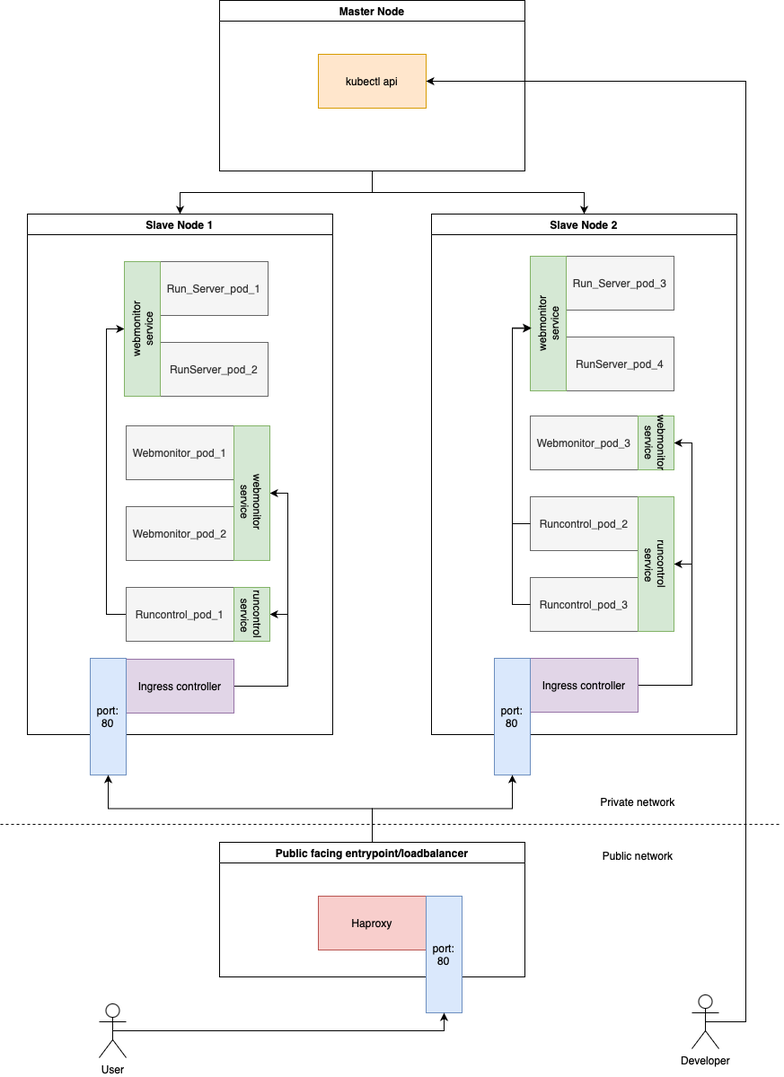
Earlier version of the draw.io export OpenStack/assets/cluster_diagram.png (danyk20/BRIL-K8-cluster). Source tidied: cells renumbered, new cells last; positions are measured from the earlier drawing's top-left corner, leaving out a move shared by most shapes.
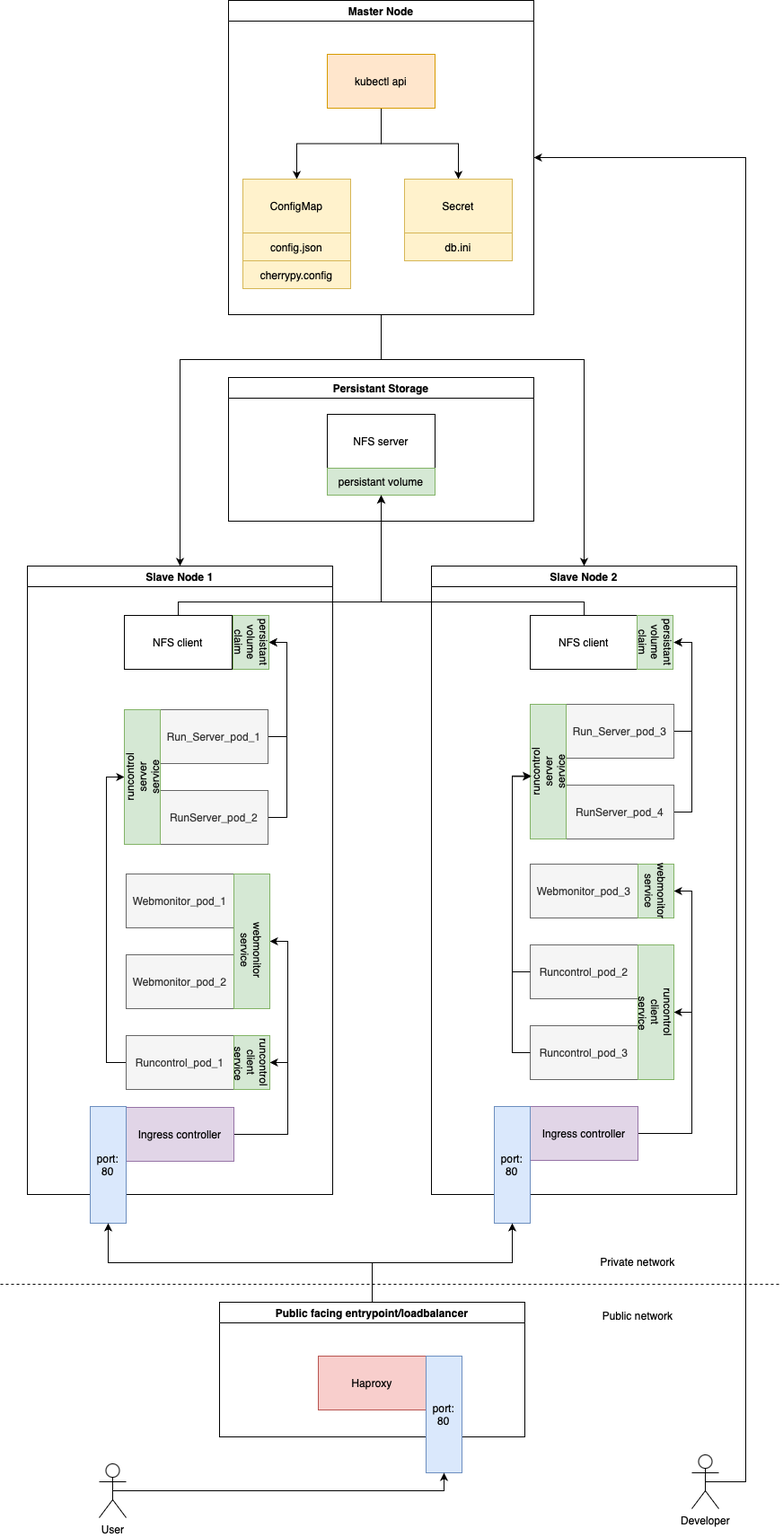
Above is the later version.

What changed in the source:
```diff
@@ -3,19 +3,19 @@
     <mxCell id="0" />
     <mxCell id="1" parent="0" />
     <mxCell id="2" value="Slave Node 1" style="swimlane;whiteSpace=wrap;html=1;" parent="1" vertex="1">
-      <mxGeometry x="30" y="238" width="340" height="580" as="geometry" />
+      <mxGeometry x="30" y="118" width="340" height="700" as="geometry" />
     </mxCell>
     <mxCell id="3" value="Webmonitor_pod_1" style="rounded=0;whiteSpace=wrap;html=1;fillColor=#f5f5f5;fontColor=#333333;strokeColor=#666666;" parent="2" vertex="1">
-      <mxGeometry x="110" y="236" width="120" height="60" as="geometry" />
+      <mxGeometry x="110" y="343" width="120" height="60" as="geometry" />
     </mxCell>
     <mxCell id="4" value="Webmonitor_pod_2" style="rounded=0;whiteSpace=wrap;html=1;fillColor=#f5f5f5;fontColor=#333333;strokeColor=#666666;" parent="2" vertex="1">
-      <mxGeometry x="110" y="326" width="120" height="60" as="geometry" />
+      <mxGeometry x="110" y="433" width="120" height="60" as="geometry" />
     </mxCell>
     <mxCell id="5" style="edgeStyle=orthogonalEdgeStyle;rounded=0;jettySize=auto;html=1;exitX=0;exitY=0.5;exitDx=0;exitDy=0;entryX=0;entryY=0.5;entryDx=0;entryDy=0;" parent="2" edge="1" source="6" target="18">
       <mxGeometry relative="1" as="geometry" />
     </mxCell>
     <mxCell id="6" value="Runcontrol_pod_1" style="rounded=0;whiteSpace=wrap;html=1;fillColor=#f5f5f5;fontColor=#333333;strokeColor=#666666;" parent="2" vertex="1">
-      <mxGeometry x="110" y="416" width="120" height="60" as="geometry" />
+      <mxGeometry x="110" y="523" width="120" height="60" as="geometry" />
     </mxCell>
     <mxCell id="7" style="edgeStyle=orthogonalEdgeStyle;rounded=0;jettySize=auto;html=1;exitX=1;exitY=0.5;exitDx=0;exitDy=0;entryX=1;entryY=0.5;entryDx=0;entryDy=0;" parent="2" edge="1" source="9" target="13">
       <mxGeometry relative="1" as="geometry" />
@@ -24,61 +24,107 @@
       <mxGeometry relative="1" as="geometry" />
     </mxCell>
     <mxCell id="9" value="Ingress controller" style="rounded=0;whiteSpace=wrap;html=1;fillColor=#e1d5e7;strokeColor=#9673a6;" parent="2" vertex="1">
-      <mxGeometry x="110" y="496" width="120" height="60" as="geometry" />
+      <mxGeometry x="110" y="603" width="120" height="60" as="geometry" />
     </mxCell>
     <mxCell id="10" style="rounded=0;whiteSpace=wrap;html=1;fillColor=#d5e8d4;strokeColor=#82b366;" parent="2" vertex="1">
-      <mxGeometry x="230" y="236" width="40" height="150" as="geometry" />
+      <mxGeometry x="230" y="343" width="40" height="150" as="geometry" />
     </mxCell>
     <mxCell id="11" value="webmonitor service" style="text;html=1;align=center;verticalAlign=middle;whiteSpace=wrap;rounded=0;direction=east;rotation=90;" parent="2" vertex="1">
-      <mxGeometry x="220" y="306" width="60" height="30" as="geometry" />
+      <mxGeometry x="220" y="413" width="60" height="30" as="geometry" />
     </mxCell>
     <mxCell id="12" value="runcontrol &amp;nbsp;service" style="text;html=1;align=center;verticalAlign=middle;whiteSpace=wrap;rounded=0;direction=east;rotation=90;" parent="2" vertex="1">
-      <mxGeometry x="220" y="431" width="60" height="30" as="geometry" />
+      <mxGeometry x="220" y="538" width="60" height="30" as="geometry" />
     </mxCell>
     <mxCell id="13" style="rounded=0;whiteSpace=wrap;html=1;fillColor=#d5e8d4;strokeColor=#82b366;" parent="2" vertex="1">
-      <mxGeometry x="230" y="416" width="40" height="60" as="geometry" />
+      <mxGeometry x="230" y="523" width="40" height="60" as="geometry" />
     </mxCell>
-    <mxCell id="14" value="runcontrol &amp;nbsp;service" style="text;html=1;align=center;verticalAlign=middle;whiteSpace=wrap;rounded=0;direction=east;rotation=90;" parent="2" vertex="1">
-      <mxGeometry x="220" y="431" width="60" height="30" as="geometry" />
+    <mxCell id="14" value="runcontrol client &amp;nbsp;service" style="text;html=1;align=center;verticalAlign=middle;whiteSpace=wrap;rounded=0;direction=east;rotation=90;" parent="2" vertex="1">
+      <mxGeometry x="220" y="538" width="60" height="30" as="geometry" />
     </mxCell>
     <mxCell id="15" value="port:&lt;div&gt;80&lt;/div&gt;" style="rounded=0;whiteSpace=wrap;html=1;fillColor=#dae8fc;strokeColor=#6c8ebf;" parent="2" vertex="1">
-      <mxGeometry x="70" y="495" width="40" height="130" as="geometry" />
+      <mxGeometry x="70" y="602" width="40" height="130" as="geometry" />
     </mxCell>
+    <mxCell id="54" style="edgeStyle=orthogonalEdgeStyle;rounded=0;jettySize=auto;html=1;exitX=1;exitY=0.5;exitDx=0;exitDy=0;entryX=1;entryY=0.5;entryDx=0;entryDy=0;" parent="2" edge="1" source="16" target="57">
+      <mxGeometry relative="1" as="geometry" />
+    </mxCell>
     <mxCell id="16" value="Run_Server_pod_1" style="rounded=0;whiteSpace=wrap;html=1;fillColor=#f5f5f5;fontColor=#333333;strokeColor=#666666;" parent="2" vertex="1">
-      <mxGeometry x="148" y="53" width="120" height="60" as="geometry" />
+      <mxGeometry x="148" y="160" width="120" height="60" as="geometry" />
     </mxCell>
+    <mxCell id="55" style="edgeStyle=orthogonalEdgeStyle;rounded=0;jettySize=auto;html=1;exitX=1;exitY=0.5;exitDx=0;exitDy=0;entryX=1;entryY=0.5;entryDx=0;entryDy=0;" parent="2" edge="1" source="17" target="57">
+      <mxGeometry relative="1" as="geometry" />
+    </mxCell>
     <mxCell id="17" value="RunServer_pod_2" style="rounded=0;whiteSpace=wrap;html=1;fillColor=#f5f5f5;fontColor=#333333;strokeColor=#666666;" parent="2" vertex="1">
-      <mxGeometry x="148" y="143" width="120" height="60" as="geometry" />
+      <mxGeometry x="148" y="250" width="120" height="60" as="geometry" />
     </mxCell>
     <mxCell id="18" style="rounded=0;whiteSpace=wrap;html=1;fillColor=#d5e8d4;strokeColor=#82b366;" parent="2" vertex="1">
-      <mxGeometry x="108" y="53" width="40" height="150" as="geometry" />
+      <mxGeometry x="108" y="160" width="40" height="150" as="geometry" />
     </mxCell>
-    <mxCell id="19" value="webmonitor service" style="text;html=1;align=center;verticalAlign=middle;whiteSpace=wrap;rounded=0;direction=east;rotation=270;" parent="2" vertex="1">
-      <mxGeometry x="98" y="113" width="60" height="30" as="geometry" />
+    <mxCell id="19" value="runcontrol server service" style="text;html=1;align=center;verticalAlign=middle;whiteSpace=wrap;rounded=0;direction=east;rotation=270;" parent="2" vertex="1">
+      <mxGeometry x="98" y="220" width="60" height="30" as="geometry" />
     </mxCell>
+    <mxCell id="56" value="NFS client" style="rounded=0;whiteSpace=wrap;html=1;" parent="2" vertex="1">
+      <mxGeometry x="108" y="55" width="120" height="60" as="geometry" />
+    </mxCell>
+    <mxCell id="57" style="rounded=0;whiteSpace=wrap;html=1;fillColor=#d5e8d4;strokeColor=#82b366;" parent="2" vertex="1">
+      <mxGeometry x="229" y="55" width="40" height="60" as="geometry" />
+    </mxCell>
+    <mxCell id="58" value="persistant volume claim" style="text;html=1;align=center;verticalAlign=middle;whiteSpace=wrap;rounded=0;direction=east;rotation=90;" parent="2" vertex="1">
+      <mxGeometry x="220" y="70" width="60" height="30" as="geometry" />
+    </mxCell>
     <mxCell id="20" style="edgeStyle=orthogonalEdgeStyle;rounded=0;jettySize=auto;html=1;exitX=0.5;exitY=1;exitDx=0;exitDy=0;entryX=0.5;entryY=0;entryDx=0;entryDy=0;" parent="1" edge="1" source="22" target="2">
-      <mxGeometry relative="1" as="geometry" />
+      <mxGeometry relative="1" as="geometry">
+        <Array as="points">
+          <mxPoint x="424" y="-112" />
+          <mxPoint x="200" y="-112" />
+        </Array>
+      </mxGeometry>
     </mxCell>
-    <mxCell id="21" style="edgeStyle=orthogonalEdgeStyle;rounded=0;jettySize=auto;html=1;exitX=0.5;exitY=1;exitDx=0;exitDy=0;entryX=0.5;entryY=0;entryDx=0;entryDy=0;" parent="1" edge="1" source="22" target="24">
-      <mxGeometry relative="1" as="geometry" />
+    <mxCell id="21" style="edgeStyle=orthogonalEdgeStyle;rounded=0;jettySize=auto;html=1;entryX=0.5;entryY=0;entryDx=0;entryDy=0;exitX=0.5;exitY=1;exitDx=0;exitDy=0;" parent="1" edge="1" source="22" target="24">
+      <mxGeometry relative="1" as="geometry">
+        <Array as="points">
+          <mxPoint x="424" y="-112" />
+          <mxPoint x="650" y="-112" />
+        </Array>
+      </mxGeometry>
     </mxCell>
     <mxCell id="22" value="Master Node" style="swimlane;whiteSpace=wrap;html=1;" parent="1" vertex="1">
-      <mxGeometry x="244" width="340" height="190" as="geometry" />
+      <mxGeometry x="254" y="-512" width="340" height="350" as="geometry" />
     </mxCell>
+    <mxCell id="59" style="edgeStyle=orthogonalEdgeStyle;rounded=0;jettySize=auto;html=1;exitX=0.5;exitY=1;exitDx=0;exitDy=0;entryX=0.5;entryY=0;entryDx=0;entryDy=0;" parent="22" edge="1" source="23" target="61">
+      <mxGeometry relative="1" as="geometry" />
+    </mxCell>
+    <mxCell id="60" style="edgeStyle=orthogonalEdgeStyle;rounded=0;jettySize=auto;html=1;exitX=0.5;exitY=1;exitDx=0;exitDy=0;entryX=0.5;entryY=0;entryDx=0;entryDy=0;" parent="22" edge="1" source="23" target="62">
+      <mxGeometry relative="1" as="geometry" />
+    </mxCell>
     <mxCell id="23" value="kubectl api" style="rounded=0;whiteSpace=wrap;html=1;fillColor=#ffe6cc;strokeColor=#d79b00;" parent="22" vertex="1">
       <mxGeometry x="110" y="60" width="120" height="60" as="geometry" />
     </mxCell>
+    <mxCell id="61" value="ConfigMap" style="rounded=0;whiteSpace=wrap;html=1;fillColor=#fff2cc;strokeColor=#d6b656;" parent="22" vertex="1">
+      <mxGeometry x="16" y="199" width="120" height="60" as="geometry" />
+    </mxCell>
+    <mxCell id="62" value="Secret" style="rounded=0;whiteSpace=wrap;html=1;fillColor=#fff2cc;strokeColor=#d6b656;" parent="22" vertex="1">
+      <mxGeometry x="196" y="199" width="120" height="60" as="geometry" />
+    </mxCell>
+    <mxCell id="63" value="config.json" style="rounded=0;whiteSpace=wrap;html=1;fillColor=#fff2cc;strokeColor=#d6b656;" parent="22" vertex="1">
+      <mxGeometry x="16" y="259" width="120" height="31" as="geometry" />
+    </mxCell>
+    <mxCell id="64" value="db.ini" style="rounded=0;whiteSpace=wrap;html=1;fillColor=#fff2cc;strokeColor=#d6b656;" parent="22" vertex="1">
+      <mxGeometry x="196" y="259" width="120" height="31" as="geometry" />
+    </mxCell>
+    <mxCell id="65" value="cherrypy.config" style="rounded=0;whiteSpace=wrap;html=1;fillColor=#fff2cc;strokeColor=#d6b656;" parent="22" vertex="1">
+      <mxGeometry x="16" y="290" width="120" height="31" as="geometry" />
+    </mxCell>
     <mxCell id="24" value="Slave Node 2" style="swimlane;whiteSpace=wrap;html=1;" parent="1" vertex="1">
-      <mxGeometry x="480" y="238" width="340" height="580" as="geometry" />
+      <mxGeometry x="480" y="118" width="340" height="700" as="geometry" />
     </mxCell>
     <mxCell id="25" value="Webmonitor_pod_3" style="rounded=0;whiteSpace=wrap;html=1;fillColor=#f5f5f5;fontColor=#333333;strokeColor=#666666;" parent="24" vertex="1">
-      <mxGeometry x="110" y="225" width="120" height="60" as="geometry" />
+      <mxGeometry x="110" y="332" width="120" height="60" as="geometry" />
     </mxCell>
     <mxCell id="26" value="Runcontrol_pod_2" style="rounded=0;whiteSpace=wrap;html=1;fillColor=#f5f5f5;fontColor=#333333;strokeColor=#666666;" parent="24" vertex="1">
-      <mxGeometry x="110" y="315" width="120" height="60" as="geometry" />
+      <mxGeometry x="110" y="422" width="120" height="60" as="geometry" />
     </mxCell>
     <mxCell id="27" value="Runcontrol_pod_3" style="rounded=0;whiteSpace=wrap;html=1;fillColor=#f5f5f5;fontColor=#333333;strokeColor=#666666;" parent="24" vertex="1">
-      <mxGeometry x="110" y="405" width="120" height="60" as="geometry" />
+      <mxGeometry x="110" y="512" width="120" height="60" as="geometry" />
     </mxCell>
     <mxCell id="28" style="edgeStyle=orthogonalEdgeStyle;rounded=0;jettySize=auto;html=1;exitX=1;exitY=0.5;exitDx=0;exitDy=0;entryX=1;entryY=0.5;entryDx=0;entryDy=0;" parent="24" edge="1" source="30" target="31">
       <mxGeometry relative="1" as="geometry" />
@@ -87,34 +133,51 @@
       <mxGeometry relative="1" as="geometry" />
     </mxCell>
     <mxCell id="30" value="Ingress controller" style="rounded=0;whiteSpace=wrap;html=1;fillColor=#e1d5e7;strokeColor=#9673a6;" parent="24" vertex="1">
-      <mxGeometry x="110" y="495" width="120" height="60" as="geometry" />
+      <mxGeometry x="110" y="602" width="120" height="60" as="geometry" />
     </mxCell>
     <mxCell id="31" style="rounded=0;whiteSpace=wrap;html=1;fillColor=#d5e8d4;strokeColor=#82b366;" parent="24" vertex="1">
-      <mxGeometry x="230" y="315" width="40" height="150" as="geometry" />
+      <mxGeometry x="230" y="422" width="40" height="150" as="geometry" />
     </mxCell>
     <mxCell id="32" style="rounded=0;whiteSpace=wrap;html=1;fillColor=#d5e8d4;strokeColor=#82b366;" parent="24" vertex="1">
-      <mxGeometry x="230" y="225" width="40" height="60" as="geometry" />
+      <mxGeometry x="230" y="332" width="40" height="60" as="geometry" />
     </mxCell>
     <mxCell id="33" value="webmonitor service" style="text;html=1;align=center;verticalAlign=middle;whiteSpace=wrap;rounded=0;direction=east;rotation=90;" parent="24" vertex="1">
-      <mxGeometry x="220" y="240" width="60" height="30" as="geometry" />
+      <mxGeometry x="220" y="347" width="60" height="30" as="geometry" />
     </mxCell>
-    <mxCell id="34" value="runcontrol &amp;nbsp;service" style="text;html=1;align=center;verticalAlign=middle;whiteSpace=wrap;rounded=0;direction=east;rotation=90;" parent="24" vertex="1">
-      <mxGeometry x="220" y="375" width="60" height="30" as="geometry" />
+    <mxCell id="34" value="runcontrol client &amp;nbsp;service" style="text;html=1;align=center;verticalAlign=middle;whiteSpace=wrap;rounded=0;direction=east;rotation=90;" parent="24" vertex="1">
+      <mxGeometry x="220" y="482" width="60" height="30" as="geometry" />
     </mxCell>
     <mxCell id="35" value="port:&lt;div&gt;80&lt;/div&gt;" style="rounded=0;whiteSpace=wrap;html=1;fillColor=#dae8fc;strokeColor=#6c8ebf;" parent="24" vertex="1">
-      <mxGeometry x="70" y="495" width="40" height="130" as="geometry" />
+      <mxGeometry x="70" y="602" width="40" height="130" as="geometry" />
     </mxCell>
+    <mxCell id="66" style="edgeStyle=orthogonalEdgeStyle;rounded=0;jettySize=auto;html=1;exitX=1;exitY=0.5;exitDx=0;exitDy=0;entryX=0.5;entryY=-0.167;entryDx=0;entryDy=0;entryPerimeter=0;" parent="24" edge="1" source="36" target="70">
+      <mxGeometry relative="1" as="geometry">
+        <Array as="points">
+          <mxPoint x="290" y="184" />
+          <mxPoint x="290" y="85" />
+        </Array>
+      </mxGeometry>
+    </mxCell>
     <mxCell id="36" value="Run_Server_pod_3" style="rounded=0;whiteSpace=wrap;html=1;fillColor=#f5f5f5;fontColor=#333333;strokeColor=#666666;" parent="24" vertex="1">
-      <mxGeometry x="150" y="47" width="120" height="60" as="geometry" />
+      <mxGeometry x="150" y="154" width="120" height="60" as="geometry" />
     </mxCell>
+    <mxCell id="67" style="edgeStyle=orthogonalEdgeStyle;rounded=0;jettySize=auto;html=1;exitX=1;exitY=0.5;exitDx=0;exitDy=0;" parent="24" edge="1" source="37">
+      <mxGeometry relative="1" as="geometry">
+        <mxPoint x="270" y="85" as="targetPoint" />
+        <Array as="points">
+          <mxPoint x="290" y="274" />
+          <mxPoint x="290" y="85" />
+        </Array>
+      </mxGeometry>
+    </mxCell>
     <mxCell id="37" value="RunServer_pod_4" style="rounded=0;whiteSpace=wrap;html=1;fillColor=#f5f5f5;fontColor=#333333;strokeColor=#666666;" parent="24" vertex="1">
-      <mxGeometry x="150" y="137" width="120" height="60" as="geometry" />
+      <mxGeometry x="150" y="244" width="120" height="60" as="geometry" />
     </mxCell>
     <mxCell id="38" style="rounded=0;whiteSpace=wrap;html=1;fillColor=#d5e8d4;strokeColor=#82b366;" parent="24" vertex="1">
-      <mxGeometry x="110" y="47" width="40" height="150" as="geometry" />
+      <mxGeometry x="110" y="154" width="40" height="150" as="geometry" />
     </mxCell>
-    <mxCell id="39" value="webmonitor service" style="text;html=1;align=center;verticalAlign=middle;whiteSpace=wrap;rounded=0;direction=east;rotation=270;" parent="24" vertex="1">
-      <mxGeometry x="100" y="107" width="60" height="30" as="geometry" />
+    <mxCell id="39" value="runcontrol server service" style="text;html=1;align=center;verticalAlign=middle;whiteSpace=wrap;rounded=0;direction=east;rotation=270;" parent="24" vertex="1">
+      <mxGeometry x="100" y="214" width="60" height="30" as="geometry" />
     </mxCell>
     <mxCell id="40" style="edgeStyle=orthogonalEdgeStyle;rounded=0;jettySize=auto;html=1;exitX=0;exitY=0.5;exitDx=0;exitDy=0;entryX=0.025;entryY=0.536;entryDx=0;entryDy=0;entryPerimeter=0;" parent="24" edge="1" source="26" target="38">
       <mxGeometry relative="1" as="geometry" />
@@ -122,11 +185,20 @@
     <mxCell id="41" style="edgeStyle=orthogonalEdgeStyle;rounded=0;jettySize=auto;html=1;exitX=0;exitY=0.5;exitDx=0;exitDy=0;entryX=0.025;entryY=0.532;entryDx=0;entryDy=0;entryPerimeter=0;" parent="24" edge="1" source="27" target="38">
       <mxGeometry relative="1" as="geometry" />
     </mxCell>
+    <mxCell id="68" value="NFS client" style="rounded=0;whiteSpace=wrap;html=1;" parent="24" vertex="1">
+      <mxGeometry x="110" y="55" width="120" height="60" as="geometry" />
+    </mxCell>
+    <mxCell id="69" style="rounded=0;whiteSpace=wrap;html=1;fillColor=#d5e8d4;strokeColor=#82b366;" parent="24" vertex="1">
+      <mxGeometry x="229" y="55" width="40" height="60" as="geometry" />
+    </mxCell>
+    <mxCell id="70" value="persistant volume claim" style="text;html=1;align=center;verticalAlign=middle;whiteSpace=wrap;rounded=0;direction=east;rotation=90;" parent="24" vertex="1">
+      <mxGeometry x="220" y="70" width="60" height="30" as="geometry" />
+    </mxCell>
-    <mxCell id="42" style="edgeStyle=orthogonalEdgeStyle;rounded=0;jettySize=auto;html=1;exitX=0.5;exitY=0.5;exitDx=0;exitDy=0;exitPerimeter=0;entryX=1;entryY=0.5;entryDx=0;entryDy=0;" parent="1" edge="1" source="43" target="23">
+    <mxCell id="42" style="edgeStyle=orthogonalEdgeStyle;rounded=0;jettySize=auto;html=1;exitX=0.5;exitY=0.5;exitDx=0;exitDy=0;exitPerimeter=0;entryX=1;entryY=0.5;entryDx=0;entryDy=0;" parent="1" edge="1" source="43" target="22">
       <mxGeometry relative="1" as="geometry">
         <Array as="points">
           <mxPoint x="830" y="1138" />
-          <mxPoint x="830" y="90" />
+          <mxPoint x="830" y="-337" />
         </Array>
       </mxGeometry>
     </mxCell>
@@ -166,5 +238,30 @@
     <mxCell id="53" value="Private network" style="text;html=1;align=center;verticalAlign=middle;whiteSpace=wrap;rounded=0;" parent="1" vertex="1">
       <mxGeometry x="650" y="878" width="120" height="30" as="geometry" />
     </mxCell>
+    <mxCell id="71" value="Persistant Storage" style="swimlane;whiteSpace=wrap;html=1;" parent="1" vertex="1">
+      <mxGeometry x="254" y="-92" width="340" height="160" as="geometry" />
+    </mxCell>
+    <mxCell id="72" value="NFS server" style="rounded=0;whiteSpace=wrap;html=1;" parent="71" vertex="1">
+      <mxGeometry x="110" y="41" width="120" height="60" as="geometry" />
+    </mxCell>
+    <mxCell id="73" value="persistant volume" style="rounded=0;whiteSpace=wrap;html=1;fillColor=#d5e8d4;strokeColor=#82b366;" parent="71" vertex="1">
+      <mxGeometry x="110" y="101" width="120" height="30" as="geometry" />
+    </mxCell>
+    <mxCell id="74" style="edgeStyle=orthogonalEdgeStyle;rounded=0;jettySize=auto;html=1;exitX=0.5;exitY=0;exitDx=0;exitDy=0;entryX=0.5;entryY=1;entryDx=0;entryDy=0;" parent="1" edge="1" source="56" target="73">
+      <mxGeometry relative="1" as="geometry">
+        <Array as="points">
+          <mxPoint x="198" y="158" />
+          <mxPoint x="424" y="158" />
+        </Array>
+      </mxGeometry>
+    </mxCell>
+    <mxCell id="75" style="edgeStyle=orthogonalEdgeStyle;rounded=0;jettySize=auto;html=1;exitX=0.5;exitY=0;exitDx=0;exitDy=0;entryX=0.5;entryY=1.012;entryDx=0;entryDy=0;entryPerimeter=0;" parent="1" edge="1" source="68" target="73">
+      <mxGeometry relative="1" as="geometry">
+        <Array as="points">
+          <mxPoint x="650" y="158" />
+          <mxPoint x="424" y="158" />
+        </Array>
+      </mxGeometry>
+    </mxCell>
   </root>
 </mxGraphModel>
```
